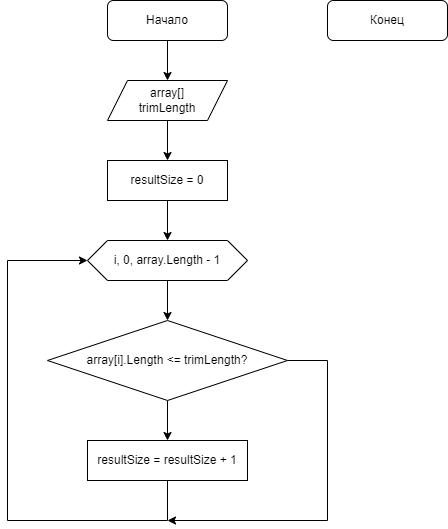
The draw.io diagram Algorithm.drawio.png in AlekseyDerevyannyh/03_SpecializationChoiceFinal, before a commit. Source tidied: cells renumbered, new cells last; positions are measured from the earlier drawing's top-left corner, leaving out a move shared by most shapes.
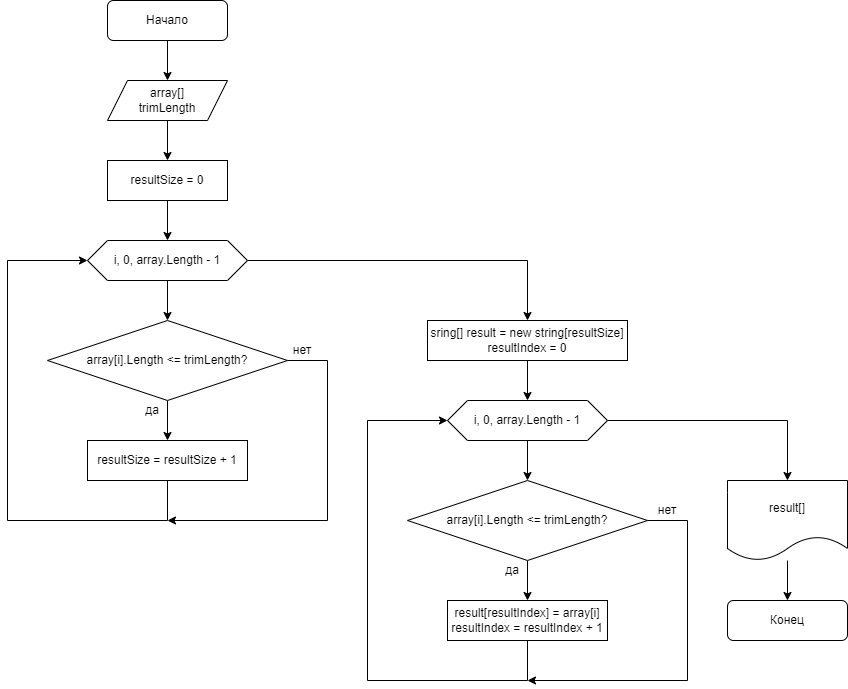
The same diagram one commit later.

The edit, as a diff of the source:
```diff
@@ -9,7 +9,7 @@
       <mxGeometry x="100" width="120" height="40" as="geometry" />
     </mxCell>
     <mxCell id="4" value="Конец" style="rounded=1;whiteSpace=wrap;html=1;" parent="1" vertex="1">
-      <mxGeometry x="320" width="120" height="40" as="geometry" />
+      <mxGeometry x="720" y="600" width="120" height="40" as="geometry" />
     </mxCell>
     <mxCell id="5" style="edgeStyle=none;html=1;" parent="1" edge="1" source="6" target="8">
       <mxGeometry relative="1" as="geometry" />
@@ -56,5 +56,76 @@
         </Array>
       </mxGeometry>
     </mxCell>
+    <mxCell id="16" value="да" style="text;html=1;strokeColor=none;fillColor=none;align=center;verticalAlign=middle;whiteSpace=wrap;rounded=0;" parent="1" vertex="1">
+      <mxGeometry x="130" y="400" width="30" height="20" as="geometry" />
+    </mxCell>
+    <mxCell id="17" value="нет" style="text;html=1;strokeColor=none;fillColor=none;align=center;verticalAlign=middle;whiteSpace=wrap;rounded=0;" parent="1" vertex="1">
+      <mxGeometry x="280" y="340" width="30" height="20" as="geometry" />
+    </mxCell>
+    <mxCell id="18" style="edgeStyle=none;rounded=0;html=1;" parent="1" edge="1" source="19" target="21">
+      <mxGeometry relative="1" as="geometry" />
+    </mxCell>
+    <mxCell id="19" value="sring[] result = new string[resultSize]&lt;br&gt;resultIndex = 0" style="rounded=0;whiteSpace=wrap;html=1;" parent="1" vertex="1">
+      <mxGeometry x="420" y="320" width="200" height="40" as="geometry" />
+    </mxCell>
+    <mxCell id="20" style="edgeStyle=none;rounded=0;html=1;" parent="1" edge="1" source="21" target="23">
+      <mxGeometry relative="1" as="geometry" />
+    </mxCell>
+    <mxCell id="21" value="i, 0, array.Length - 1" style="shape=hexagon;perimeter=hexagonPerimeter2;whiteSpace=wrap;html=1;fixedSize=1;" parent="1" vertex="1">
+      <mxGeometry x="440" y="400" width="160" height="40" as="geometry" />
+    </mxCell>
+    <mxCell id="22" style="edgeStyle=none;rounded=0;html=1;" parent="1" edge="1" source="23" target="24">
+      <mxGeometry relative="1" as="geometry" />
+    </mxCell>
+    <mxCell id="23" value="array[i].Length &amp;lt;= trimLength?" style="rhombus;whiteSpace=wrap;html=1;" parent="1" vertex="1">
+      <mxGeometry x="400" y="480" width="240" height="80" as="geometry" />
+    </mxCell>
+    <mxCell id="24" value="result[resultIndex] = array[i]&lt;br&gt;resultIndex = resultIndex + 1" style="rounded=0;whiteSpace=wrap;html=1;" parent="1" vertex="1">
+      <mxGeometry x="440" y="600" width="160" height="40" as="geometry" />
+    </mxCell>
+    <mxCell id="25" value="да" style="text;html=1;strokeColor=none;fillColor=none;align=center;verticalAlign=middle;whiteSpace=wrap;rounded=0;" parent="1" vertex="1">
+      <mxGeometry x="490" y="560" width="30" height="20" as="geometry" />
+    </mxCell>
+    <mxCell id="26" style="endArrow=classic;html=1;rounded=0;exitX=0.5;exitY=1;exitDx=0;exitDy=0;entryX=0;entryY=0.5;entryDx=0;entryDy=0;" parent="1" edge="1" source="24" target="21">
+      <mxGeometry relative="1" as="geometry">
+        <Array as="points">
+          <mxPoint x="520" y="680" />
+          <mxPoint x="360" y="680" />
+          <mxPoint x="360" y="420" />
+        </Array>
+      </mxGeometry>
+    </mxCell>
+    <mxCell id="27" style="endArrow=classic;html=1;rounded=0;exitX=1;exitY=0.5;exitDx=0;exitDy=0;" parent="1" edge="1" source="23">
+      <mxGeometry relative="1" as="geometry">
+        <mxPoint x="520" y="680" as="targetPoint" />
+        <Array as="points">
+          <mxPoint x="680" y="520" />
+          <mxPoint x="680" y="680" />
+        </Array>
+      </mxGeometry>
+    </mxCell>
+    <mxCell id="28" value="нет" style="text;html=1;strokeColor=none;fillColor=none;align=center;verticalAlign=middle;whiteSpace=wrap;rounded=0;" parent="1" vertex="1">
+      <mxGeometry x="645" y="500" width="30" height="20" as="geometry" />
+    </mxCell>
+    <mxCell id="29" style="endArrow=classic;html=1;rounded=0;exitX=1;exitY=0.5;exitDx=0;exitDy=0;entryX=0.5;entryY=0;entryDx=0;entryDy=0;" parent="1" edge="1" source="10" target="19">
+      <mxGeometry relative="1" as="geometry">
+        <Array as="points">
+          <mxPoint x="520" y="260" />
+        </Array>
+      </mxGeometry>
+    </mxCell>
+    <mxCell id="30" style="edgeStyle=none;rounded=0;html=1;" parent="1" edge="1" source="31" target="4">
+      <mxGeometry relative="1" as="geometry" />
+    </mxCell>
+    <mxCell id="31" value="result[]" style="shape=document;whiteSpace=wrap;html=1;boundedLbl=1;" parent="1" vertex="1">
+      <mxGeometry x="720" y="480" width="120" height="80" as="geometry" />
+    </mxCell>
+    <mxCell id="32" style="endArrow=classic;html=1;rounded=0;entryX=0.5;entryY=0;entryDx=0;entryDy=0;exitX=1;exitY=0.5;exitDx=0;exitDy=0;" parent="1" edge="1" source="21" target="31">
+      <mxGeometry relative="1" as="geometry">
+        <Array as="points">
+          <mxPoint x="780" y="420" />
+        </Array>
+      </mxGeometry>
+    </mxCell>
   </root>
 </mxGraphModel>
```
